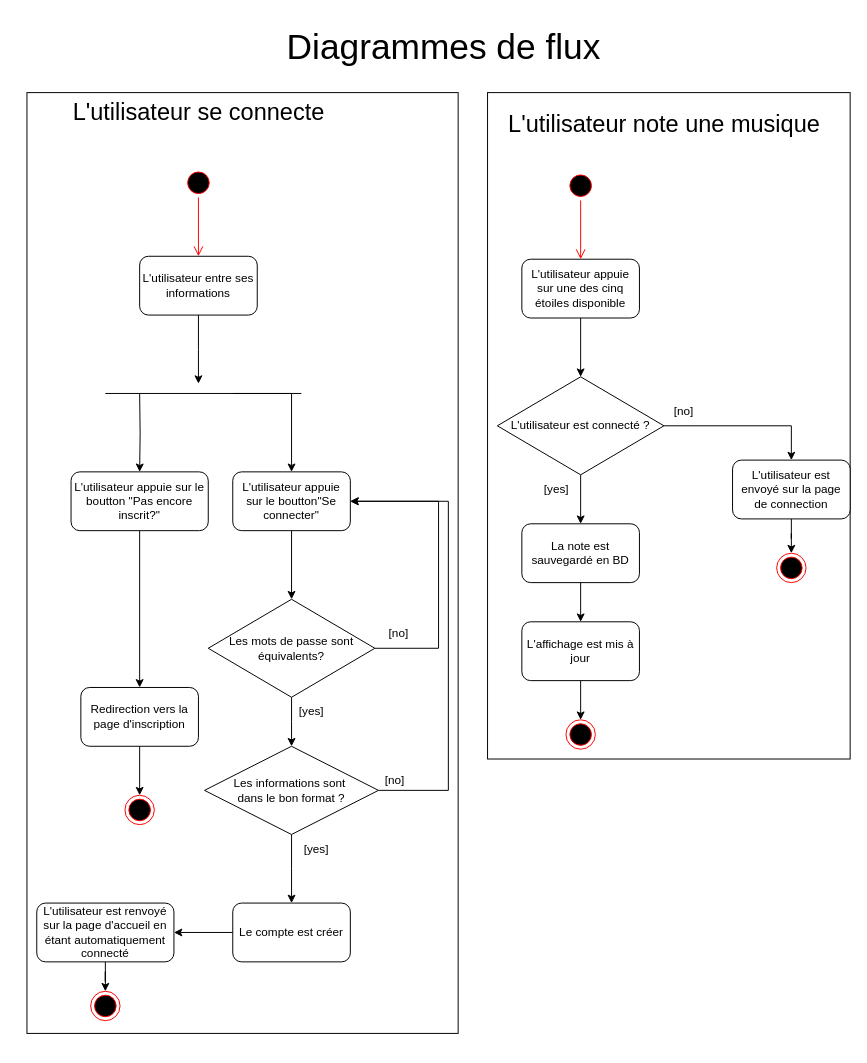
This is Documentation/Untitled Diagram.drawio from CharlesMassuard/Sonorify, a draw.io file, before an edit. Source tidied: cells renumbered, new cells numbered last; positions are measured from the earlier drawing's top-left corner, leaving out a move shared by most shapes. Both pictures are drawn from the tidied source at 98%, with x=0, y=0 at pixel (26, 17).
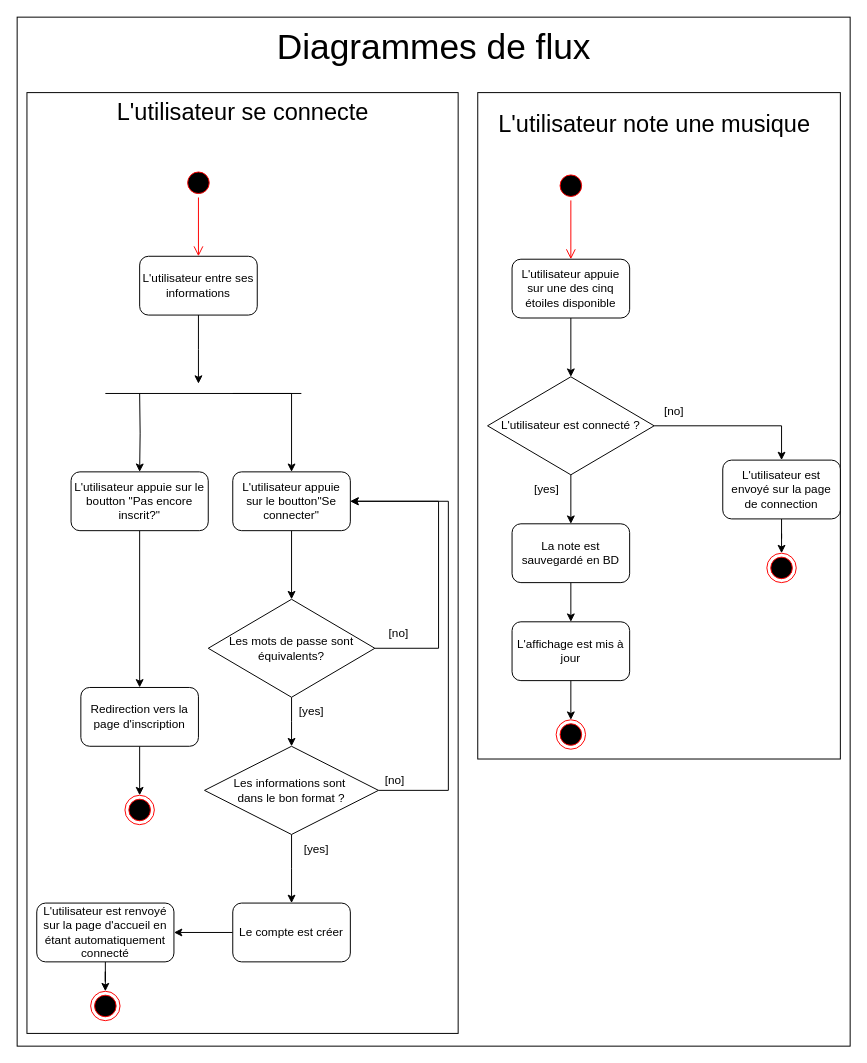
The same diagram, later.

Commit message:
Recadrage diagramme activités

Change to the diagram source:
```diff
@@
+    <mxCell id="52" style="rounded=0;whiteSpace=wrap;html=1;fillColor=none;" parent="1" vertex="1">
+      <mxGeometry y="77" width="440" height="960" as="geometry" />
+    </mxCell>
     <mxCell id="2" style="rounded=0;whiteSpace=wrap;html=1;fillColor=none;" parent="1" vertex="1">
-      <mxGeometry x="470" y="77" width="370" height="680" as="geometry" />
+      <mxGeometry x="460" y="77" width="370" height="680" as="geometry" />
     </mxCell>
     <mxCell id="3" value="&lt;font style=&quot;font-size: 36px;&quot;&gt;Diagrammes de flux&lt;br&gt;&lt;/font&gt;" style="text;html=1;align=center;verticalAlign=middle;strokeColor=none;fillColor=none;" parent="1" vertex="1">
-      <mxGeometry x="255" width="340" height="60" as="geometry" />
+      <mxGeometry x="245" width="340" height="60" as="geometry" />
     </mxCell>
     <mxCell id="4" value="&lt;font style=&quot;font-size: 24px;&quot;&gt;L'utilisateur note une musique&lt;/font&gt;" style="text;html=1;align=center;verticalAlign=middle;strokeColor=none;fillColor=none;" parent="1" vertex="1">
-      <mxGeometry x="480" y="90" width="340" height="40" as="geometry" />
+      <mxGeometry x="470" y="90" width="340" height="40" as="geometry" />
     </mxCell>
     <mxCell id="5" value="&lt;font style=&quot;font-size: 24px;&quot;&gt;L'utilisateur se connecte&lt;/font&gt;" style="text;html=1;align=center;verticalAlign=middle;strokeColor=none;fillColor=none;" parent="1" vertex="1">
-      <mxGeometry x="35" y="77" width="280" height="40" as="geometry" />
+      <mxGeometry x="80" y="77" width="280" height="40" as="geometry" />
     </mxCell>
@@
     <mxCell id="10" style="ellipse;html=1;shape=startState;fillColor=#000000;strokeColor=#ff0000;" parent="1" vertex="1">
-      <mxGeometry x="550" y="157" width="30" height="30" as="geometry" />
+      <mxGeometry x="540" y="157" width="30" height="30" as="geometry" />
     </mxCell>
@@
     <mxCell id="13" style="edgeStyle=orthogonalEdgeStyle;rounded=0;jettySize=auto;html=1;" parent="1" edge="1" source="14" target="24">
       <mxGeometry relative="1" as="geometry">
         <Array as="points">
-          <mxPoint x="780" y="417" />
+          <mxPoint x="770" y="417" />
         </Array>
       </mxGeometry>
     </mxCell>
     <mxCell id="14" value="L'utilisateur est connecté ?" style="rhombus;whiteSpace=wrap;html=1;" parent="1" vertex="1">
-      <mxGeometry x="480" y="367" width="170" height="100" as="geometry" />
+      <mxGeometry x="470" y="367" width="170" height="100" as="geometry" />
     </mxCell>
@@
     <mxCell id="16" value="L'utilisateur appuie sur une des cinq étoiles disponible" style="rounded=1;whiteSpace=wrap;html=1;" parent="1" vertex="1">
-      <mxGeometry x="505" y="247" width="120" height="60" as="geometry" />
+      <mxGeometry x="495" y="247" width="120" height="60" as="geometry" />
     </mxCell>
@@
     <mxCell id="18" value="La note est sauvegardé en BD" style="rounded=1;whiteSpace=wrap;html=1;" parent="1" vertex="1">
-      <mxGeometry x="505" y="517" width="120" height="60" as="geometry" />
+      <mxGeometry x="495" y="517" width="120" height="60" as="geometry" />
     </mxCell>
     <mxCell id="19" style="ellipse;html=1;shape=endState;fillColor=#000000;strokeColor=#ff0000;" parent="1" vertex="1">
-      <mxGeometry x="550" y="717" width="30" height="30" as="geometry" />
+      <mxGeometry x="540" y="717" width="30" height="30" as="geometry" />
     </mxCell>
@@
     <mxCell id="21" value="L'affichage est mis à jour" style="whiteSpace=wrap;html=1;rounded=1;" parent="1" vertex="1">
-      <mxGeometry x="505" y="617" width="120" height="60" as="geometry" />
+      <mxGeometry x="495" y="617" width="120" height="60" as="geometry" />
     </mxCell>
     <mxCell id="22" value="[yes]" style="text;html=1;align=center;verticalAlign=middle;strokeColor=none;fillColor=none;" parent="1" vertex="1">
-      <mxGeometry x="515" y="467" width="50" height="30" as="geometry" />
+      <mxGeometry x="505" y="467" width="50" height="30" as="geometry" />
     </mxCell>
@@
     <mxCell id="24" value="L'utilisateur est envoyé sur la page de connection" style="rounded=1;whiteSpace=wrap;html=1;" parent="1" vertex="1">
-      <mxGeometry x="720" y="452" width="120" height="60" as="geometry" />
+      <mxGeometry x="710" y="452" width="120" height="60" as="geometry" />
     </mxCell>
     <mxCell id="25" style="ellipse;html=1;shape=endState;fillColor=#000000;strokeColor=#ff0000;" parent="1" vertex="1">
-      <mxGeometry x="765" y="547" width="30" height="30" as="geometry" />
+      <mxGeometry x="755" y="547" width="30" height="30" as="geometry" />
     </mxCell>
     <mxCell id="26" value="[no]" style="text;html=1;align=center;verticalAlign=middle;strokeColor=none;fillColor=none;" parent="1" vertex="1">
-      <mxGeometry x="650" y="387" width="40" height="30" as="geometry" />
+      <mxGeometry x="640" y="387" width="40" height="30" as="geometry" />
     </mxCell>
@@
-    <mxCell id="52" style="rounded=0;whiteSpace=wrap;html=1;fillColor=none;" parent="1" vertex="1">
-      <mxGeometry y="77" width="440" height="960" as="geometry" />
-    </mxCell>
+    <mxCell id="53" style="rounded=0;whiteSpace=wrap;html=1;fillColor=none;" parent="1" vertex="1">
+      <mxGeometry x="-10" width="850" height="1050" as="geometry" />
+    </mxCell>
```
